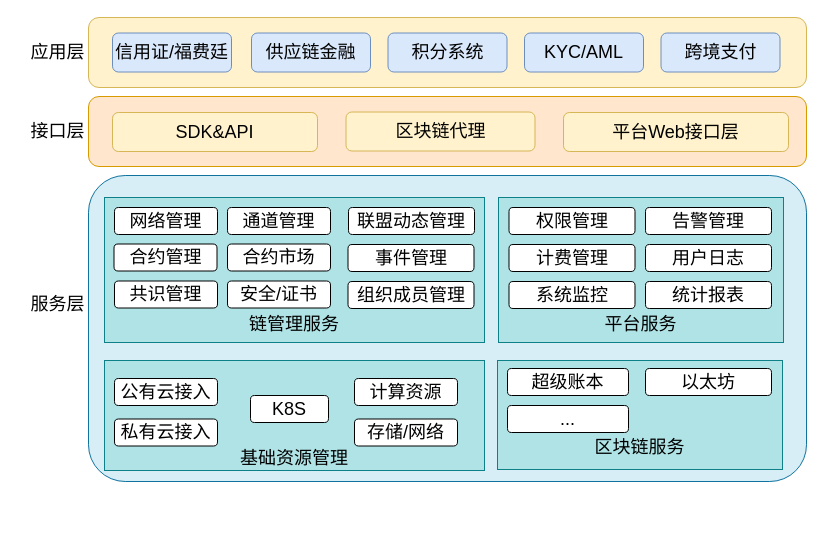
The draw.io diagram repository/drawio/postb/业务功能架构图1.drawio in dilide/collections, before the edit. Source tidied: cells renumbered, new cells numbered last; positions are measured from the earlier drawing's top-left corner, leaving out a move shared by most shapes. Both pictures are drawn from the tidied source at 100%, with x=0, y=0 at pixel (17, 17).
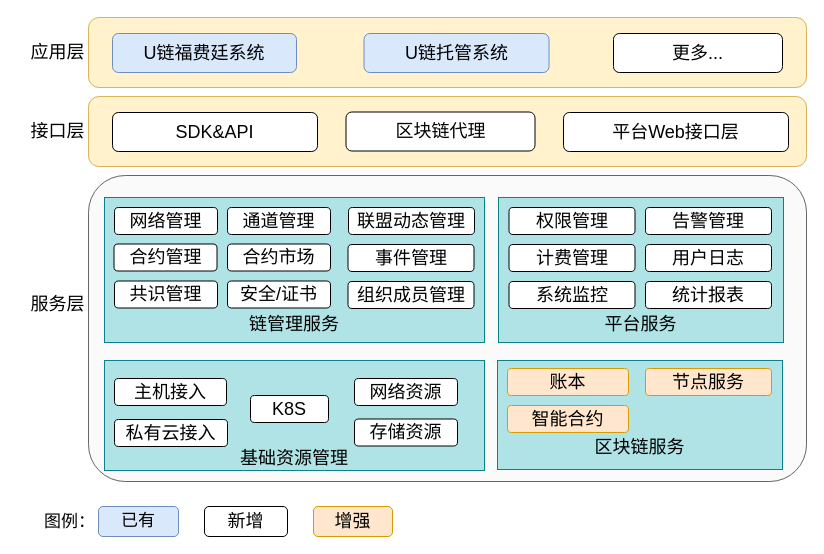
After the change.

Commit message:
更新业务功能架构图1.drawio

Change to the diagram source:
```diff
@@
-    <mxCell id="5" style="rounded=1;whiteSpace=wrap;html=1;fillColor=#ffe6cc;strokeColor=#d79b00;" parent="1" vertex="1">
+    <mxCell id="5" style="rounded=1;whiteSpace=wrap;html=1;fillColor=#fff2cc;strokeColor=#d6b656;" parent="1" vertex="1">
       <mxGeometry x="71" y="79" width="718" height="70" as="geometry" />
     </mxCell>
-    <mxCell id="6" value="SDK&amp;amp;API" style="rounded=1;whiteSpace=wrap;html=1;fontSize=18;fillColor=#fff2cc;strokeColor=#d6b656;" parent="1" vertex="1">
+    <mxCell id="6" value="SDK&amp;amp;API" style="rounded=1;whiteSpace=wrap;html=1;fontSize=18;" parent="1" vertex="1">
       <mxGeometry x="95" y="95" width="205" height="39" as="geometry" />
     </mxCell>
-    <mxCell id="7" value="区块链代理" style="rounded=1;whiteSpace=wrap;html=1;fontSize=18;fillColor=#fff2cc;strokeColor=#d6b656;" parent="1" vertex="1">
+    <mxCell id="7" value="区块链代理" style="rounded=1;whiteSpace=wrap;html=1;fontSize=18;" parent="1" vertex="1">
       <mxGeometry x="328.5" y="94.5" width="189" height="39" as="geometry" />
     </mxCell>
-    <mxCell id="8" value="平台Web接口层" style="rounded=1;whiteSpace=wrap;html=1;fontSize=18;fillColor=#fff2cc;strokeColor=#d6b656;" parent="1" vertex="1">
+    <mxCell id="8" value="平台Web接口层" style="rounded=1;whiteSpace=wrap;html=1;fontSize=18;" parent="1" vertex="1">
       <mxGeometry x="546" y="95" width="225" height="39" as="geometry" />
     </mxCell>
-    <mxCell id="9" value="信用证/福费廷" style="rounded=1;whiteSpace=wrap;html=1;fontSize=18;fillColor=#dae8fc;strokeColor=#6c8ebf;" parent="1" vertex="1">
-      <mxGeometry x="95" y="15.5" width="119" height="39" as="geometry" />
+    <mxCell id="9" value="U链福费廷系统" style="rounded=1;whiteSpace=wrap;html=1;fontSize=18;fillColor=#dae8fc;strokeColor=#6c8ebf;" parent="1" vertex="1">
+      <mxGeometry x="95" y="16" width="184" height="39" as="geometry" />
     </mxCell>
-    <mxCell id="10" value="供应链金融" style="rounded=1;whiteSpace=wrap;html=1;fontSize=18;fillColor=#dae8fc;strokeColor=#6c8ebf;" parent="1" vertex="1">
-      <mxGeometry x="234" y="15.5" width="119" height="39" as="geometry" />
+    <mxCell id="10" value="U链托管系统" style="rounded=1;whiteSpace=wrap;html=1;fontSize=18;fillColor=#dae8fc;strokeColor=#6c8ebf;" parent="1" vertex="1">
+      <mxGeometry x="346.5" y="16" width="185" height="39" as="geometry" />
     </mxCell>
-    <mxCell id="11" value="积分系统" style="rounded=1;whiteSpace=wrap;html=1;fontSize=18;fillColor=#dae8fc;strokeColor=#6c8ebf;" parent="1" vertex="1">
-      <mxGeometry x="370.5" y="15.5" width="119" height="39" as="geometry" />
-    </mxCell>
-    <mxCell id="12" value="KYC/AML" style="rounded=1;whiteSpace=wrap;html=1;fontSize=18;fillColor=#dae8fc;strokeColor=#6c8ebf;" parent="1" vertex="1">
-      <mxGeometry x="507" y="15.5" width="119" height="39" as="geometry" />
-    </mxCell>
-    <mxCell id="13" value="跨境支付" style="rounded=1;whiteSpace=wrap;html=1;fontSize=18;fillColor=#dae8fc;strokeColor=#6c8ebf;" parent="1" vertex="1">
-      <mxGeometry x="643.5" y="15.5" width="119" height="39" as="geometry" />
+    <mxCell id="13" value="更多..." style="rounded=1;whiteSpace=wrap;html=1;fontSize=18;" parent="1" vertex="1">
+      <mxGeometry x="596" y="16" width="169" height="39" as="geometry" />
     </mxCell>
-    <mxCell id="14" style="rounded=1;whiteSpace=wrap;html=1;fontSize=18;fillColor=#b1ddf0;strokeColor=#10739e;glass=0;shadow=0;comic=0;arcSize=12;fillOpacity=50;" parent="1" vertex="1">
+    <mxCell id="14" style="rounded=1;whiteSpace=wrap;html=1;fontSize=18;fillColor=#f5f5f5;strokeColor=#666666;glass=0;shadow=0;comic=0;arcSize=12;fillOpacity=50;fontColor=#333333;" parent="1" vertex="1">
       <mxGeometry x="71" y="158" width="718" height="306" as="geometry" />
     </mxCell>
@@
-    <mxCell id="31" value="超级账本" style="rounded=1;whiteSpace=wrap;html=1;shadow=0;glass=0;comic=0;fontSize=18;" parent="1" vertex="1">
+    <mxCell id="31" value="账本" style="rounded=1;whiteSpace=wrap;html=1;shadow=0;glass=0;comic=0;fontSize=18;fillColor=#ffe6cc;strokeColor=#d79b00;" parent="1" vertex="1">
       <mxGeometry x="490" y="351" width="121" height="27" as="geometry" />
     </mxCell>
-    <mxCell id="32" value="以太坊" style="rounded=1;whiteSpace=wrap;html=1;shadow=0;glass=0;comic=0;fontSize=18;" parent="1" vertex="1">
+    <mxCell id="32" value="节点服务" style="rounded=1;whiteSpace=wrap;html=1;shadow=0;glass=0;comic=0;fontSize=18;fillColor=#ffe6cc;strokeColor=#d79b00;" parent="1" vertex="1">
       <mxGeometry x="628" y="351" width="126" height="27" as="geometry" />
     </mxCell>
-    <mxCell id="33" value="..." style="rounded=1;whiteSpace=wrap;html=1;shadow=0;glass=0;comic=0;fontSize=18;" parent="1" vertex="1">
+    <mxCell id="33" value="智能合约" style="rounded=1;whiteSpace=wrap;html=1;shadow=0;glass=0;comic=0;fontSize=18;fillColor=#ffe6cc;strokeColor=#d79b00;" parent="1" vertex="1">
       <mxGeometry x="490" y="388" width="121" height="27" as="geometry" />
     </mxCell>
@@
-    <mxCell id="38" value="公有云接入" style="rounded=1;whiteSpace=wrap;html=1;shadow=0;glass=0;comic=0;fontSize=18;" parent="1" vertex="1">
-      <mxGeometry x="97" y="361" width="103" height="27" as="geometry" />
+    <mxCell id="38" value="主机接入" style="rounded=1;whiteSpace=wrap;html=1;shadow=0;glass=0;comic=0;fontSize=18;" parent="1" vertex="1">
+      <mxGeometry x="97" y="361" width="112" height="27" as="geometry" />
     </mxCell>
     <mxCell id="39" value="私有云接入" style="rounded=1;whiteSpace=wrap;html=1;shadow=0;glass=0;comic=0;fontSize=18;" parent="1" vertex="1">
-      <mxGeometry x="97" y="401.5" width="103" height="27" as="geometry" />
+      <mxGeometry x="97" y="402" width="113" height="27" as="geometry" />
     </mxCell>
@@
-    <mxCell id="41" value="存储/网络" style="rounded=1;whiteSpace=wrap;html=1;shadow=0;glass=0;comic=0;fontSize=18;" parent="1" vertex="1">
+    <mxCell id="41" value="存储资源" style="rounded=1;whiteSpace=wrap;html=1;shadow=0;glass=0;comic=0;fontSize=18;" parent="1" vertex="1">
       <mxGeometry x="337" y="401.5" width="103" height="27" as="geometry" />
     </mxCell>
-    <mxCell id="42" value="计算资源" style="rounded=1;whiteSpace=wrap;html=1;shadow=0;glass=0;comic=0;fontSize=18;" parent="1" vertex="1">
+    <mxCell id="42" value="网络资源" style="rounded=1;whiteSpace=wrap;html=1;shadow=0;glass=0;comic=0;fontSize=18;" parent="1" vertex="1">
       <mxGeometry x="337" y="361" width="103" height="27" as="geometry" />
     </mxCell>
+    <mxCell id="43" value="已有" style="rounded=1;whiteSpace=wrap;html=1;fillColor=#dae8fc;fontSize=17;strokeColor=#6c8ebf;" parent="1" vertex="1">
+      <mxGeometry x="81" y="489" width="80" height="30" as="geometry" />
+    </mxCell>
+    <mxCell id="44" value="新增" style="rounded=1;whiteSpace=wrap;html=1;fontSize=18;" parent="1" vertex="1">
+      <mxGeometry x="187" y="489" width="83" height="30" as="geometry" />
+    </mxCell>
+    <mxCell id="45" value="增强" style="rounded=1;whiteSpace=wrap;html=1;fontSize=18;fillColor=#ffe6cc;strokeColor=#d79b00;" parent="1" vertex="1">
+      <mxGeometry x="296" y="489" width="79" height="30" as="geometry" />
+    </mxCell>
+    <mxCell id="46" value="图例：" style="text;html=1;strokeColor=none;fillColor=none;align=center;verticalAlign=middle;whiteSpace=wrap;rounded=0;fontSize=17;" parent="1" vertex="1">
+      <mxGeometry x="24" y="495" width="57" height="20" as="geometry" />
+    </mxCell>
```
